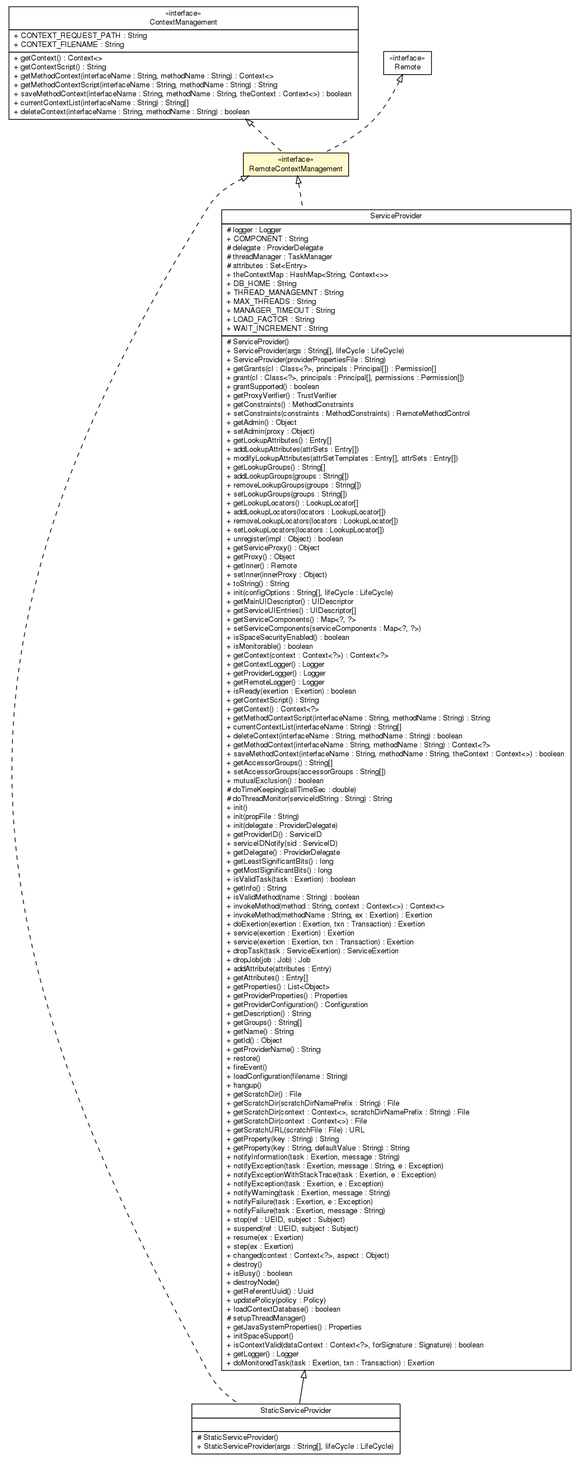
Earlier version of the Graphviz export apidocs/sorcer/core/RemoteContextManagement.png (sorcersoft/sorcersoft.github.io). Its source is kept beside it as apidocs/sorcer/core/RemoteContextManagement.dot.
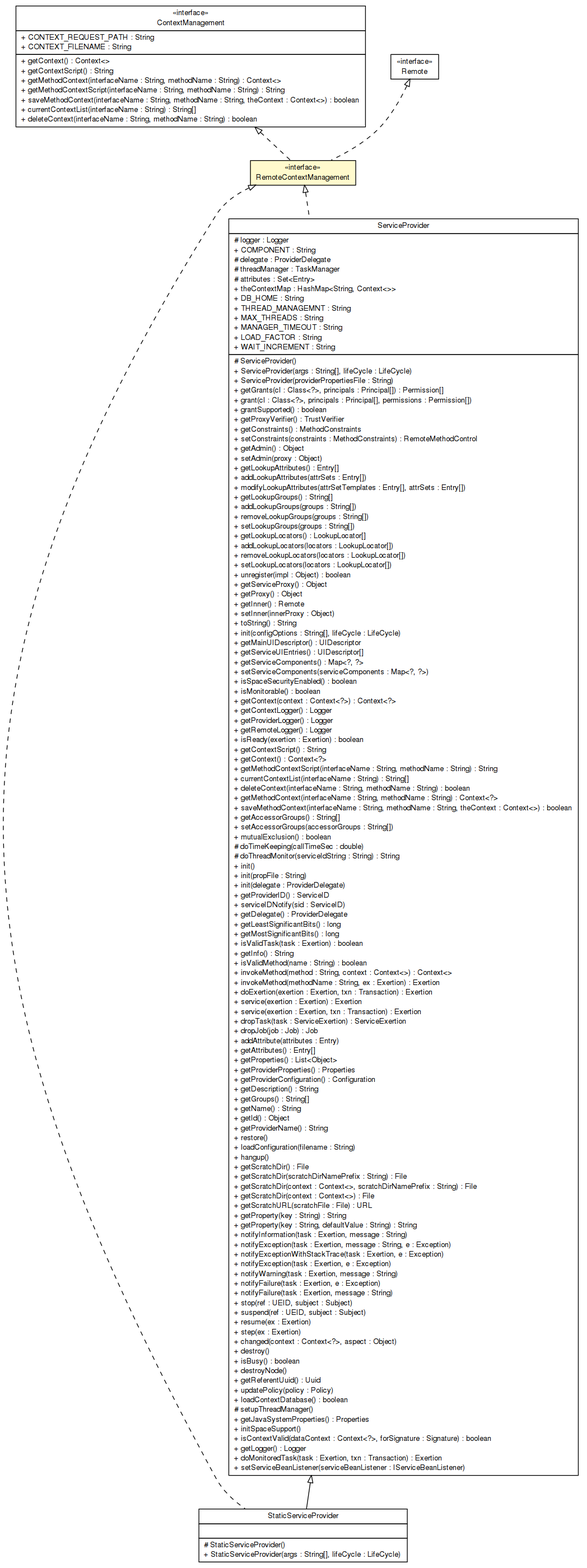
Later version of the same file.

Diff of the diagram source:
```diff
@@ -4,13 +4,7 @@
 	node [fontname="Helvetica",fontsize=10,shape=plaintext];
 	nodesep=0.25;
 	ranksep=0.5;
-	c372102 [label=<<table title="sorcer.core.RemoteContextManagement" border="0" cellborder="1" cellspacing="0" cellpadding="2" port="p" bgcolor="lemonChiffon" href="./RemoteContextManagement.html">
-		<tr><td><table border="0" cellspacing="0" cellpadding="1">
-<tr><td align="center" balign="center"> &#171;interface&#187; </td></tr>
-<tr><td align="center" balign="center"> RemoteContextManagement </td></tr>
-		</table></td></tr>
-		</table>>, URL="./RemoteContextManagement.html", fontname="Helvetica", fontcolor="black", fontsize=10.0];
-	c372107 [label=<<table title="sorcer.core.ContextManagement" border="0" cellborder="1" cellspacing="0" cellpadding="2" port="p" href="./ContextManagement.html">
+	c421577 [label=<<table title="sorcer.core.ContextManagement" border="0" cellborder="1" cellspacing="0" cellpadding="2" port="p" href="./ContextManagement.html">
 		<tr><td><table border="0" cellspacing="0" cellpadding="1">
 <tr><td align="center" balign="center"> &#171;interface&#187; </td></tr>
 <tr><td align="center" balign="center"> ContextManagement </td></tr>
@@ -29,7 +23,13 @@
 <tr><td align="left" balign="left"> + deleteContext(interfaceName : String, methodName : String) : boolean </td></tr>
 		</table></td></tr>
 		</table>>, URL="./ContextManagement.html", fontname="Helvetica", fontcolor="black", fontsize=10.0];
-	c372138 [label=<<table title="sorcer.core.provider.StaticServiceProvider" border="0" cellborder="1" cellspacing="0" cellpadding="2" port="p" href="./provider/StaticServiceProvider.html">
+	c421579 [label=<<table title="sorcer.core.RemoteContextManagement" border="0" cellborder="1" cellspacing="0" cellpadding="2" port="p" bgcolor="lemonChiffon" href="./RemoteContextManagement.html">
+		<tr><td><table border="0" cellspacing="0" cellpadding="1">
+<tr><td align="center" balign="center"> &#171;interface&#187; </td></tr>
+<tr><td align="center" balign="center"> RemoteContextManagement </td></tr>
+		</table></td></tr>
+		</table>>, URL="./RemoteContextManagement.html", fontname="Helvetica", fontcolor="black", fontsize=10.0];
+	c421795 [label=<<table title="sorcer.core.provider.StaticServiceProvider" border="0" cellborder="1" cellspacing="0" cellpadding="2" port="p" href="./provider/StaticServiceProvider.html">
 		<tr><td><table border="0" cellspacing="0" cellpadding="1">
 <tr><td align="center" balign="center"> StaticServiceProvider </td></tr>
 		</table></td></tr>
@@ -41,7 +41,7 @@
 <tr><td align="left" balign="left"> + StaticServiceProvider(args : String[], lifeCycle : LifeCycle) </td></tr>
 		</table></td></tr>
 		</table>>, URL="./provider/StaticServiceProvider.html", fontname="Helvetica", fontcolor="black", fontsize=10.0];
-	c372145 [label=<<table title="sorcer.core.provider.ServiceProvider" border="0" cellborder="1" cellspacing="0" cellpadding="2" port="p" href="./provider/ServiceProvider.html">
+	c421805 [label=<<table title="sorcer.core.provider.ServiceProvider" border="0" cellborder="1" cellspacing="0" cellpadding="2" port="p" href="./provider/ServiceProvider.html">
 		<tr><td><table border="0" cellspacing="0" cellpadding="1">
 <tr><td align="center" balign="center"> ServiceProvider </td></tr>
 		</table></td></tr>
@@ -141,7 +141,6 @@
 <tr><td align="left" balign="left"> + getId() : Object </td></tr>
 <tr><td align="left" balign="left"> + getProviderName() : String </td></tr>
 <tr><td align="left" balign="left"> + restore() </td></tr>
-<tr><td align="left" balign="left"> + fireEvent() </td></tr>
 <tr><td align="left" balign="left"> + loadConfiguration(filename : String) </td></tr>
 <tr><td align="left" balign="left"> + hangup() </td></tr>
 <tr><td align="left" balign="left"> + getScratchDir() : File </td></tr>
@@ -175,14 +174,15 @@
 <tr><td align="left" balign="left"> + isContextValid(dataContext : Context&lt;?&gt;, forSignature : Signature) : boolean </td></tr>
 <tr><td align="left" balign="left"> + getLogger() : Logger </td></tr>
 <tr><td align="left" balign="left"> + doMonitoredTask(task : Exertion, txn : Transaction) : Exertion </td></tr>
+<tr><td align="left" balign="left"> + setServiceBeanListener(serviceBeanListener : IServiceBeanListener) </td></tr>
 		</table></td></tr>
 		</table>>, URL="./provider/ServiceProvider.html", fontname="Helvetica", fontcolor="black", fontsize=10.0];
-	c372107:p -> c372102:p [dir=back,arrowtail=empty,style=dashed];
-	c372699:p -> c372102:p [dir=back,arrowtail=empty,style=dashed];
-	c372145:p -> c372138:p [dir=back,arrowtail=empty];
-	c372102:p -> c372138:p [dir=back,arrowtail=empty,style=dashed];
-	c372102:p -> c372145:p [dir=back,arrowtail=empty,style=dashed];
-	c372699 [label=<<table title="java.rmi.Remote" border="0" cellborder="1" cellspacing="0" cellpadding="2" port="p" href="http://docs.oracle.com/javase/7/docs/api/java/rmi/Remote.html">
+	c421577:p -> c421579:p [dir=back,arrowtail=empty,style=dashed];
+	c422287:p -> c421579:p [dir=back,arrowtail=empty,style=dashed];
+	c421805:p -> c421795:p [dir=back,arrowtail=empty];
+	c421579:p -> c421795:p [dir=back,arrowtail=empty,style=dashed];
+	c421579:p -> c421805:p [dir=back,arrowtail=empty,style=dashed];
+	c422287 [label=<<table title="java.rmi.Remote" border="0" cellborder="1" cellspacing="0" cellpadding="2" port="p" href="http://docs.oracle.com/javase/7/docs/api/java/rmi/Remote.html">
 		<tr><td><table border="0" cellspacing="0" cellpadding="1">
 <tr><td align="center" balign="center"> &#171;interface&#187; </td></tr>
 <tr><td align="center" balign="center"> Remote </td></tr>
```
